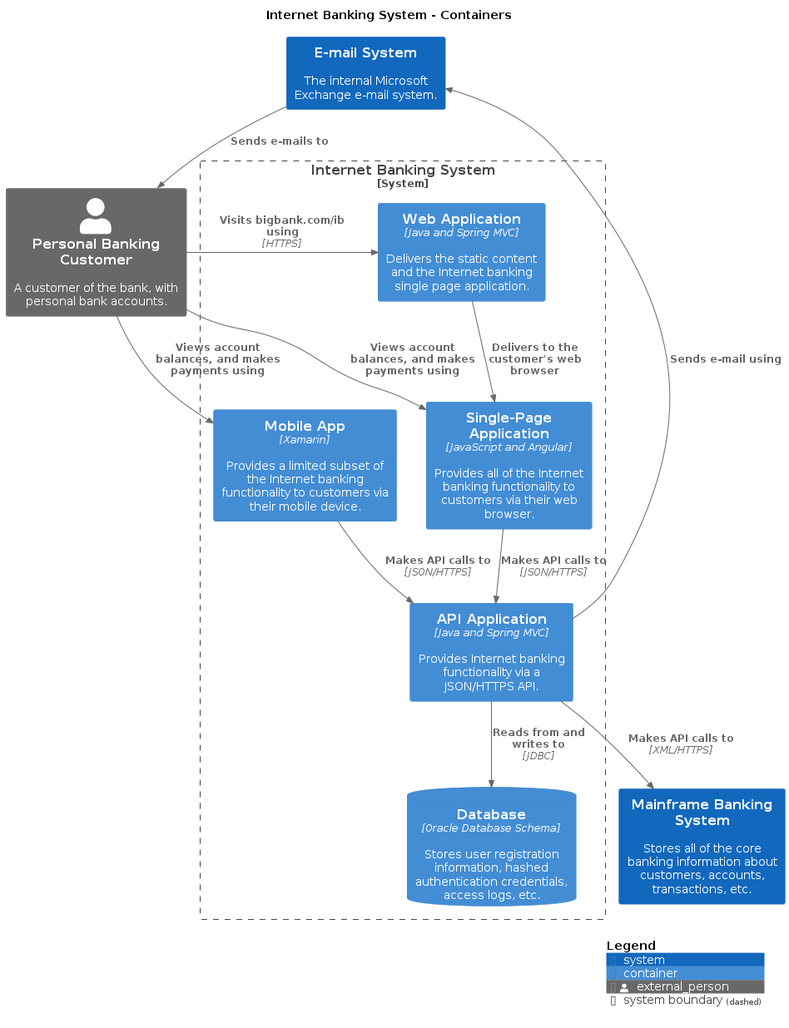
This is main/png/Containers.png from avisi-cloud/structurizr-site-generatr, a PlantUML export, as it was before one commit.
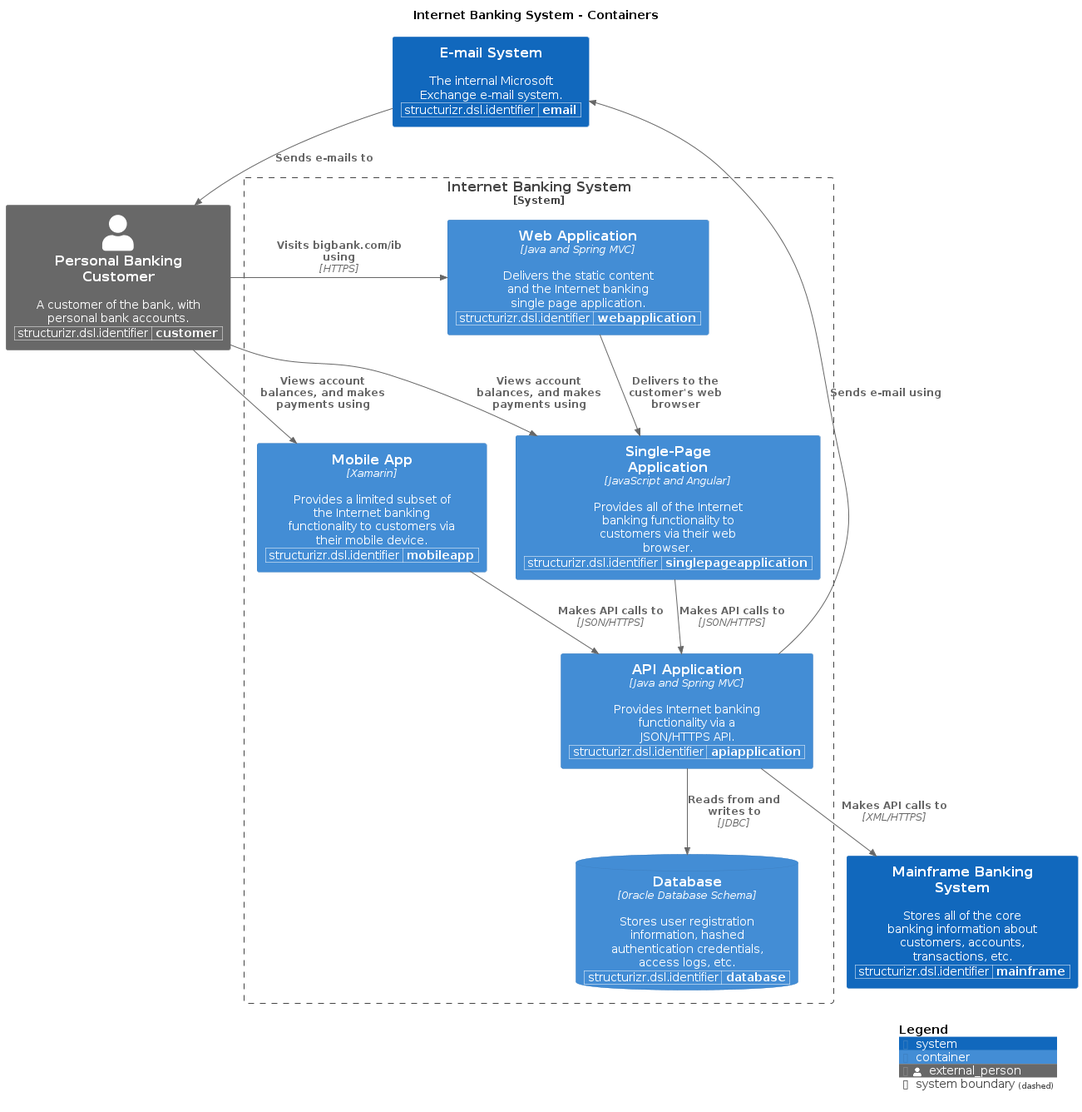
After the change.

Change to the diagram source:
```diff
@@ -1,4 +1,5 @@
 @startuml
+set separator none
 title Internet Banking System - Containers
 
 top to bottom direction
@@ -7,15 +8,31 @@
 !include /home/runner/work/structurizr-site-generatr/structurizr-site-generatr/build/puml-cache/C4_Context.puml
 !include /home/runner/work/structurizr-site-generatr/structurizr-site-generatr/build/puml-cache/C4_Container.puml
 
+WithoutPropertyHeader()
+AddProperty("structurizr.dsl.identifier","customer")
 Person_Ext(PersonalBankingCustomer, "Personal Banking Customer", "A customer of the bank, with personal bank accounts.", $tags="")
+WithoutPropertyHeader()
+AddProperty("structurizr.dsl.identifier","mainframe")
 System(MainframeBankingSystem, "Mainframe Banking System", "Stores all of the core banking information about customers, accounts, transactions, etc.", $tags="")
+WithoutPropertyHeader()
+AddProperty("structurizr.dsl.identifier","email")
 System(EmailSystem, "E-mail System", "The internal Microsoft Exchange e-mail system.", $tags="")
 
 System_Boundary("InternetBankingSystem_boundary", "Internet Banking System", $tags="") {
+  WithoutPropertyHeader()
+  AddProperty("structurizr.dsl.identifier","mobileapp")
   Container(InternetBankingSystem.MobileApp, "Mobile App", "Xamarin", "Provides a limited subset of the Internet banking functionality to customers via their mobile device.", $tags="")
+  WithoutPropertyHeader()
+  AddProperty("structurizr.dsl.identifier","webapplication")
   Container(InternetBankingSystem.WebApplication, "Web Application", "Java and Spring MVC", "Delivers the static content and the Internet banking single page application.", $tags="")
+  WithoutPropertyHeader()
+  AddProperty("structurizr.dsl.identifier","apiapplication")
   Container(InternetBankingSystem.APIApplication, "API Application", "Java and Spring MVC", "Provides Internet banking functionality via a JSON/HTTPS API.", $tags="")
+  WithoutPropertyHeader()
+  AddProperty("structurizr.dsl.identifier","database")
   ContainerDb(InternetBankingSystem.Database, "Database", "Oracle Database Schema", "Stores user registration information, hashed authentication credentials, access logs, etc.", $tags="")
+  WithoutPropertyHeader()
+  AddProperty("structurizr.dsl.identifier","singlepageapplication")
   Container(InternetBankingSystem.SinglePageApplication, "Single-Page Application", "JavaScript and Angular", "Provides all of the Internet banking functionality to customers via their web browser.", $tags="")
 }
 
```
